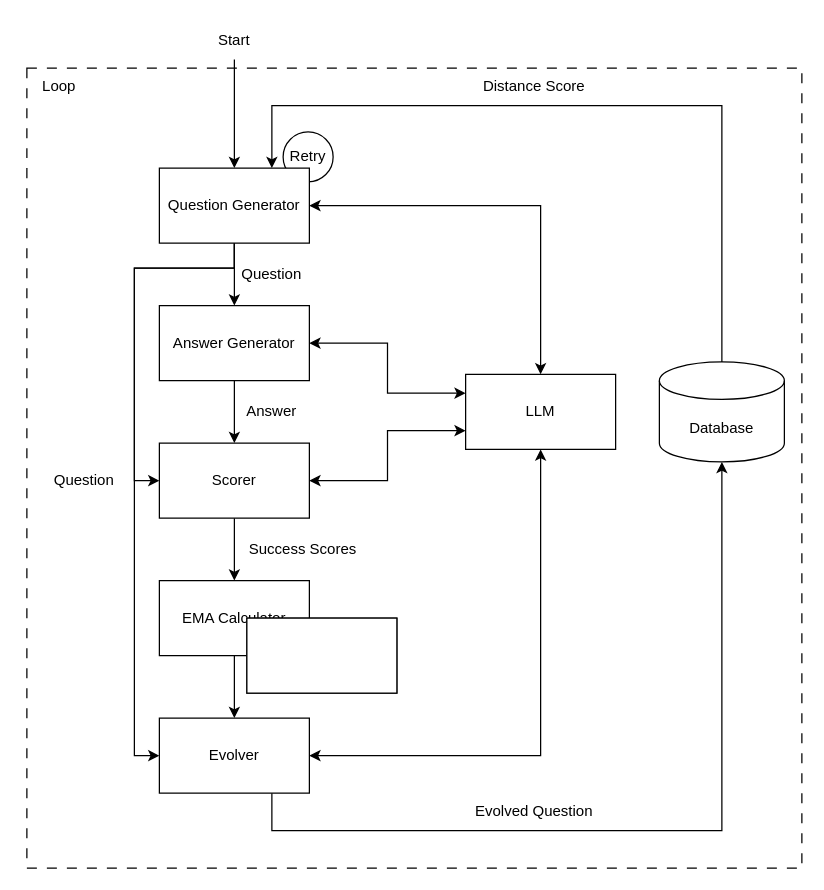
Above: img/Evogen.drawio in jranaraki/evogen (draw.io), before the change. Source tidied: cells renumbered, new cells numbered last; positions are measured from the earlier drawing's top-left corner, leaving out a move shared by most shapes. Both pictures are drawn from the tidied source at 125%, with x=0, y=0 at pixel (21, 21).
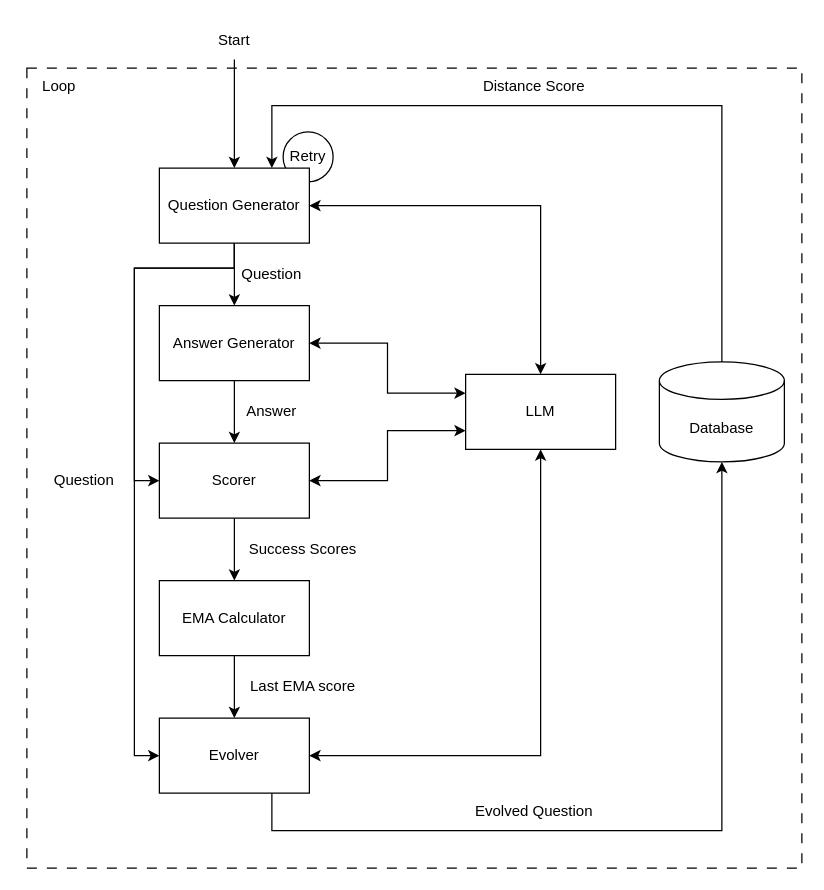
After the change.

What changed in the source:
```diff
@@
-    <mxCell id="33" style="rounded=0;whiteSpace=wrap;html=1;" parent="1" vertex="1">
-      <mxGeometry x="180" y="477" width="120" height="60" as="geometry" />
-    </mxCell>
-    <mxCell id="34" style="rounded=0;whiteSpace=wrap;html=1;" parent="1" vertex="1">
-      <mxGeometry x="180" y="477" width="120" height="60" as="geometry" />
-    </mxCell>
```
